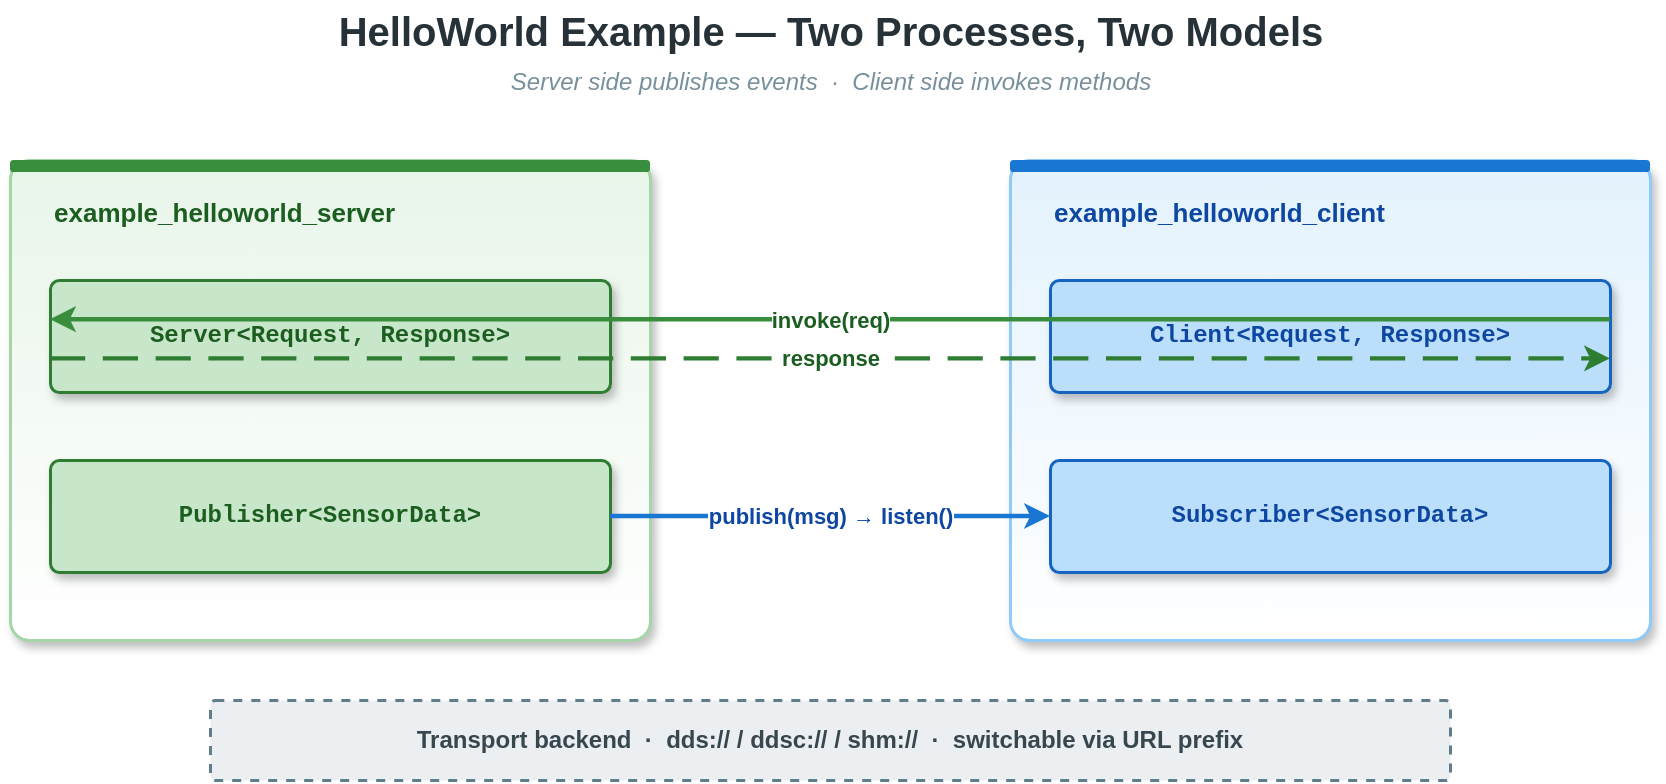
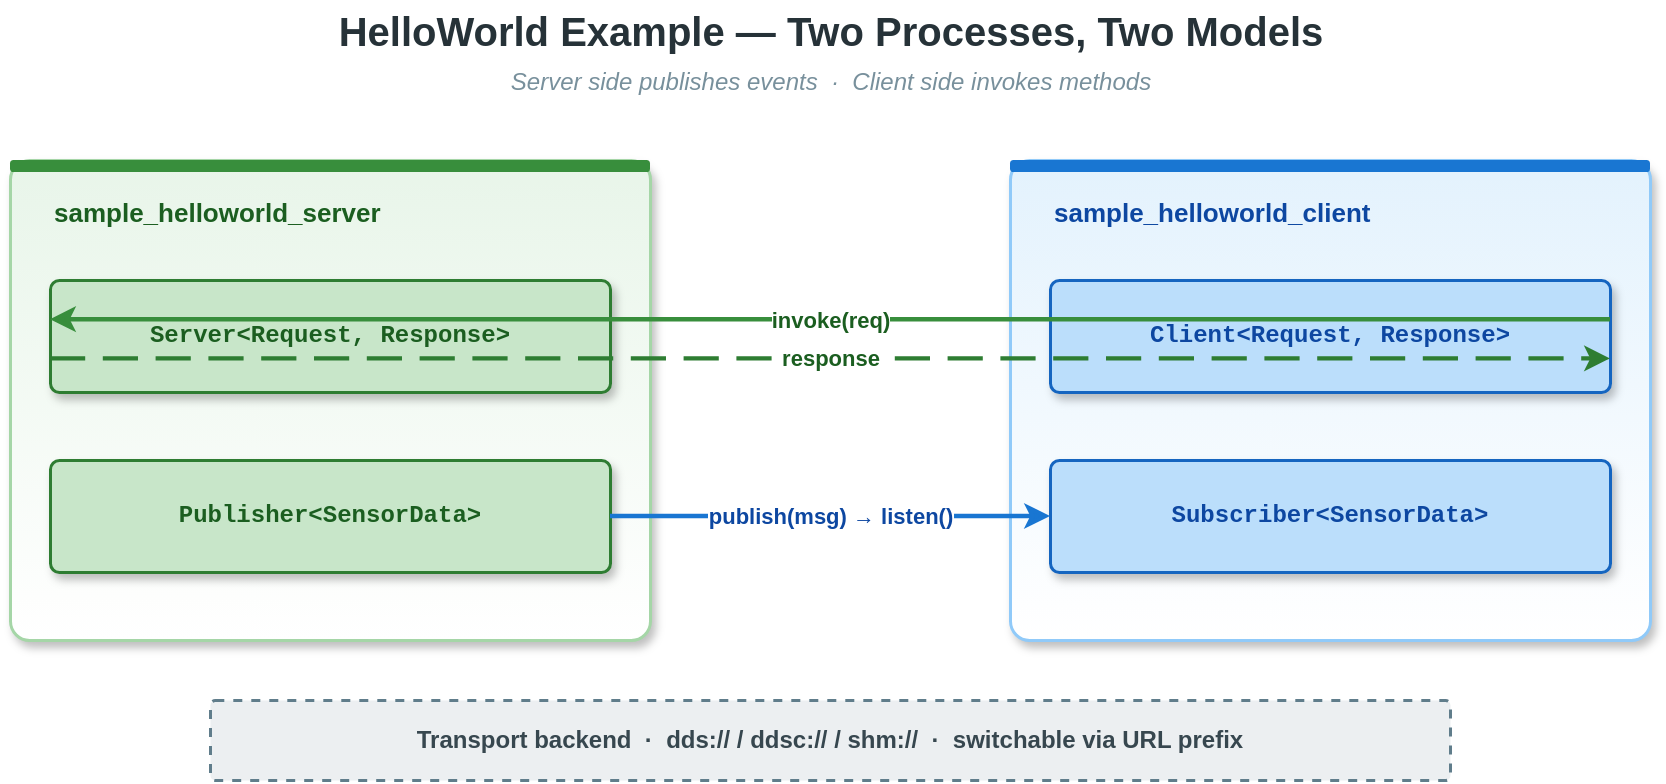
<mxfile host="app.diagrams.net" modified="2026-04-23T00:00:00.000Z" agent="Claude" version="24.0.0" type="device">
  <diagram id="helloworld-flow" name="HelloWorld Example Flow">
    <mxGraphModel dx="900" dy="480" grid="0" gridSize="10" guides="1" tooltips="1" connect="1" arrows="1" fold="1" page="1" pageScale="1" pageWidth="900" pageHeight="440" math="0" shadow="0">
      <root>
        <mxCell id="0" />
        <mxCell id="1" parent="0" />

        <mxCell id="title" value="HelloWorld Example &#8212; Two Processes, Two Models" style="text;html=1;align=center;verticalAlign=middle;strokeColor=none;fillColor=none;fontSize=20;fontStyle=1;fontColor=#263238;" vertex="1" parent="1">
          <mxGeometry x="40" y="20" width="820" height="30" as="geometry" />
        </mxCell>
        <mxCell id="subtitle" value="Server side publishes events &#160;&#183;&#160; Client side invokes methods" style="text;html=1;align=center;verticalAlign=middle;strokeColor=none;fillColor=none;fontSize=12;fontStyle=2;fontColor=#78909c;" vertex="1" parent="1">
          <mxGeometry x="40" y="50" width="820" height="22" as="geometry" />
        </mxCell>

        <mxCell id="srvbg" value="" style="rounded=1;whiteSpace=wrap;html=1;fillColor=#ffffff;strokeColor=#a5d6a7;strokeWidth=1.5;arcSize=4;gradientColor=#e8f5e9;gradientDirection=north;shadow=1;" vertex="1" parent="1">
          <mxGeometry x="40" y="100" width="320" height="240" as="geometry" />
        </mxCell>
        <mxCell id="srvbar" value="" style="rounded=1;whiteSpace=wrap;html=1;fillColor=#388e3c;strokeColor=none;arcSize=30;" vertex="1" parent="1">
          <mxGeometry x="40" y="100" width="320" height="6" as="geometry" />
        </mxCell>
-         <mxCell id="srvtitle" value="example_helloworld_server" style="text;html=1;align=left;verticalAlign=middle;strokeColor=none;fillColor=none;fontSize=13;fontStyle=1;fontColor=#1b5e20;" vertex="1" parent="1">
+         <mxCell id="srvtitle" value="sample_helloworld_server" style="text;html=1;align=left;verticalAlign=middle;strokeColor=none;fillColor=none;fontSize=13;fontStyle=1;fontColor=#1b5e20;" vertex="1" parent="1">
          <mxGeometry x="60" y="114" width="300" height="24" as="geometry" />
        </mxCell>

        <mxCell id="srv_server" value="&lt;b&gt;Server&amp;lt;Request, Response&amp;gt;&lt;/b&gt;" style="rounded=1;whiteSpace=wrap;html=1;fillColor=#c8e6c9;strokeColor=#2e7d32;strokeWidth=1.5;fontSize=12;fontFamily=Courier New;fontStyle=1;fontColor=#1b5e20;shadow=1;arcSize=8;" vertex="1" parent="1">
          <mxGeometry x="60" y="160" width="280" height="56" as="geometry" />
        </mxCell>
        <mxCell id="srv_pub" value="&lt;b&gt;Publisher&amp;lt;SensorData&amp;gt;&lt;/b&gt;" style="rounded=1;whiteSpace=wrap;html=1;fillColor=#c8e6c9;strokeColor=#2e7d32;strokeWidth=1.5;fontSize=12;fontFamily=Courier New;fontStyle=1;fontColor=#1b5e20;shadow=1;arcSize=8;" vertex="1" parent="1">
          <mxGeometry x="60" y="250" width="280" height="56" as="geometry" />
        </mxCell>

        <mxCell id="clibg" value="" style="rounded=1;whiteSpace=wrap;html=1;fillColor=#ffffff;strokeColor=#90caf9;strokeWidth=1.5;arcSize=4;gradientColor=#e3f2fd;gradientDirection=north;shadow=1;" vertex="1" parent="1">
          <mxGeometry x="540" y="100" width="320" height="240" as="geometry" />
        </mxCell>
        <mxCell id="clibar" value="" style="rounded=1;whiteSpace=wrap;html=1;fillColor=#1976d2;strokeColor=none;arcSize=30;" vertex="1" parent="1">
          <mxGeometry x="540" y="100" width="320" height="6" as="geometry" />
        </mxCell>
-         <mxCell id="clititle" value="example_helloworld_client" style="text;html=1;align=left;verticalAlign=middle;strokeColor=none;fillColor=none;fontSize=13;fontStyle=1;fontColor=#0d47a1;" vertex="1" parent="1">
+         <mxCell id="clititle" value="sample_helloworld_client" style="text;html=1;align=left;verticalAlign=middle;strokeColor=none;fillColor=none;fontSize=13;fontStyle=1;fontColor=#0d47a1;" vertex="1" parent="1">
          <mxGeometry x="560" y="114" width="300" height="24" as="geometry" />
        </mxCell>

        <mxCell id="cli_client" value="&lt;b&gt;Client&amp;lt;Request, Response&amp;gt;&lt;/b&gt;" style="rounded=1;whiteSpace=wrap;html=1;fillColor=#bbdefb;strokeColor=#1565c0;strokeWidth=1.5;fontSize=12;fontFamily=Courier New;fontStyle=1;fontColor=#0d47a1;shadow=1;arcSize=8;" vertex="1" parent="1">
          <mxGeometry x="560" y="160" width="280" height="56" as="geometry" />
        </mxCell>
        <mxCell id="cli_sub" value="&lt;b&gt;Subscriber&amp;lt;SensorData&amp;gt;&lt;/b&gt;" style="rounded=1;whiteSpace=wrap;html=1;fillColor=#bbdefb;strokeColor=#1565c0;strokeWidth=1.5;fontSize=12;fontFamily=Courier New;fontStyle=1;fontColor=#0d47a1;shadow=1;arcSize=8;" vertex="1" parent="1">
          <mxGeometry x="560" y="250" width="280" height="56" as="geometry" />
        </mxCell>

        <mxCell id="method_req" value="invoke(req)" style="endArrow=classic;endFill=1;html=1;strokeWidth=2.2;strokeColor=#388e3c;fontSize=11;fontStyle=1;fontColor=#1b5e20;labelBackgroundColor=#ffffff;exitX=1;exitY=0.35;exitDx=0;exitDy=0;entryX=0;entryY=0.35;entryDx=0;entryDy=0;" edge="1" source="cli_client" target="srv_server" parent="1">
          <mxGeometry relative="1" as="geometry" />
        </mxCell>
        <mxCell id="method_resp" value="response" style="endArrow=classic;endFill=1;html=1;strokeWidth=2.2;strokeColor=#2e7d32;dashed=1;dashPattern=8 4;fontSize=11;fontStyle=1;fontColor=#1b5e20;labelBackgroundColor=#ffffff;exitX=0;exitY=0.7;exitDx=0;exitDy=0;entryX=1;entryY=0.7;entryDx=0;entryDy=0;" edge="1" source="srv_server" target="cli_client" parent="1">
          <mxGeometry relative="1" as="geometry" />
        </mxCell>

        <mxCell id="event_arr" value="publish(msg) &#8594; listen()" style="endArrow=classic;endFill=1;html=1;strokeWidth=2.2;strokeColor=#1976d2;fontSize=11;fontStyle=1;fontColor=#0d47a1;labelBackgroundColor=#ffffff;exitX=1;exitY=0.5;exitDx=0;exitDy=0;entryX=0;entryY=0.5;entryDx=0;entryDy=0;" edge="1" source="srv_pub" target="cli_sub" parent="1">
          <mxGeometry relative="1" as="geometry" />
        </mxCell>

        <mxCell id="bottom" value="Transport backend &#160;&#183;&#160; dds:// / ddsc:// / shm:// &#160;&#183;&#160; switchable via URL prefix" style="rounded=1;whiteSpace=wrap;html=1;fillColor=#eceff1;strokeColor=#607d8b;strokeWidth=1.5;fontSize=12;fontStyle=1;fontColor=#37474f;align=center;verticalAlign=middle;arcSize=6;dashed=1;" vertex="1" parent="1">
          <mxGeometry x="140" y="370" width="620" height="40" as="geometry" />
        </mxCell>

      </root>
    </mxGraphModel>
  </diagram>
</mxfile>
